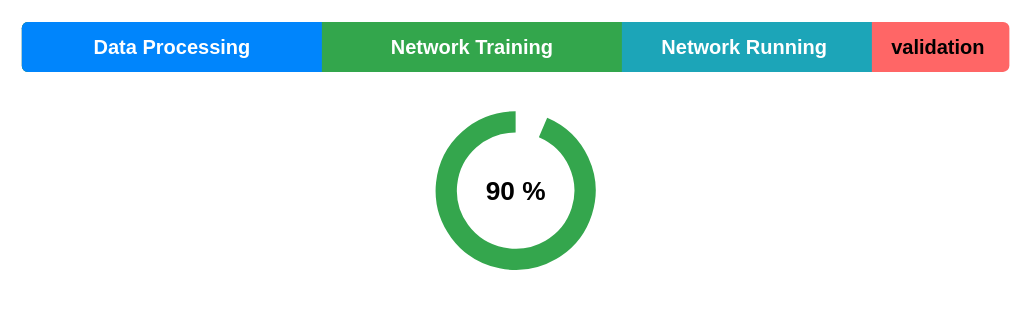
Above: overview_project_i3s.drawio in MarcosOriolPago/drawings (draw.io), before the change. Source tidied: cells renumbered, new cells numbered last; positions are measured from the earlier drawing's top-left corner, leaving out a move shared by most shapes. Both pictures are drawn from the tidied source at 125%, with x=0, y=0 at pixel (21, 21).
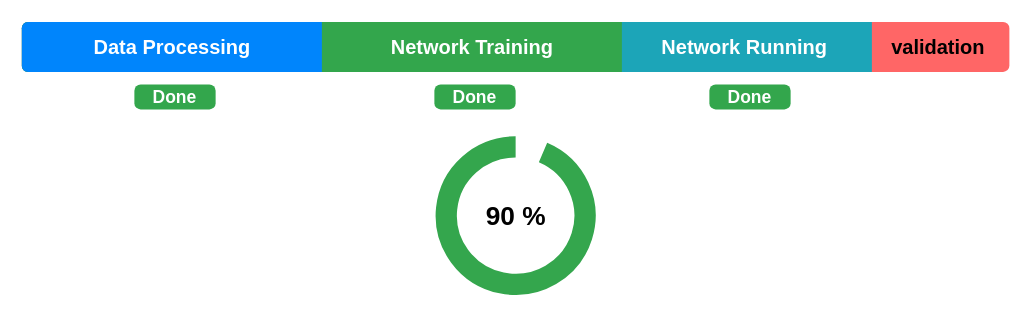
Above is the later version.

The edit, as a diff of the source:
```diff
@@
 <mxGraphModel>
   <root>
     <mxCell id="0" />
     <mxCell id="1" parent="0" />
     <mxCell id="2" value="&lt;blockquote style=&quot;margin: 0 0 0 40px; border: none; padding: 0px;&quot;&gt;&lt;blockquote style=&quot;margin: 0 0 0 40px; border: none; padding: 0px;&quot;&gt;&lt;blockquote style=&quot;margin: 0 0 0 40px; border: none; padding: 0px;&quot;&gt;&lt;blockquote style=&quot;margin: 0 0 0 40px; border: none; padding: 0px;&quot;&gt;&lt;blockquote style=&quot;margin: 0 0 0 40px; border: none; padding: 0px;&quot;&gt;&lt;blockquote style=&quot;margin: 0 0 0 40px; border: none; padding: 0px;&quot;&gt;&lt;blockquote style=&quot;margin: 0 0 0 40px; border: none; padding: 0px;&quot;&gt;&lt;blockquote style=&quot;margin: 0 0 0 40px; border: none; padding: 0px;&quot;&gt;&lt;blockquote style=&quot;margin: 0 0 0 40px; border: none; padding: 0px;&quot;&gt;&lt;blockquote style=&quot;margin: 0 0 0 40px; border: none; padding: 0px;&quot;&gt;&lt;blockquote style=&quot;margin: 0 0 0 40px; border: none; padding: 0px;&quot;&gt;&lt;blockquote style=&quot;margin: 0 0 0 40px; border: none; padding: 0px;&quot;&gt;&lt;blockquote style=&quot;margin: 0 0 0 40px; border: none; padding: 0px;&quot;&gt;&lt;blockquote style=&quot;margin: 0 0 0 40px; border: none; padding: 0px;&quot;&gt;&lt;blockquote style=&quot;margin: 0 0 0 40px; border: none; padding: 0px;&quot;&gt;&lt;blockquote style=&quot;margin: 0 0 0 40px; border: none; padding: 0px;&quot;&gt;&lt;font size=&quot;1&quot;&gt;&lt;b style=&quot;font-size: 16px;&quot;&gt;&lt;span style=&quot;white-space: pre;&quot;&gt;&#9;&lt;/span&gt;validation&lt;/b&gt;&lt;/font&gt;&lt;/blockquote&gt;&lt;/blockquote&gt;&lt;/blockquote&gt;&lt;/blockquote&gt;&lt;/blockquote&gt;&lt;/blockquote&gt;&lt;/blockquote&gt;&lt;/blockquote&gt;&lt;/blockquote&gt;&lt;/blockquote&gt;&lt;/blockquote&gt;&lt;/blockquote&gt;&lt;/blockquote&gt;&lt;/blockquote&gt;&lt;/blockquote&gt;&lt;/blockquote&gt;" style="html=1;shadow=0;dashed=0;shape=mxgraph.bootstrap.rrect;rSize=5;fillColor=#FF6666;strokeColor=none;" parent="1" vertex="1">
       <mxGeometry width="790" height="40" as="geometry" />
     </mxCell>
     <mxCell id="3" value="&lt;blockquote style=&quot;margin: 0 0 0 40px; border: none; padding: 0px;&quot;&gt;&lt;blockquote style=&quot;margin: 0 0 0 40px; border: none; padding: 0px;&quot;&gt;&lt;blockquote style=&quot;margin: 0 0 0 40px; border: none; padding: 0px;&quot;&gt;&lt;blockquote style=&quot;margin: 0 0 0 40px; border: none; padding: 0px;&quot;&gt;&lt;blockquote style=&quot;margin: 0 0 0 40px; border: none; padding: 0px;&quot;&gt;&lt;blockquote style=&quot;margin: 0 0 0 40px; border: none; padding: 0px;&quot;&gt;&lt;blockquote style=&quot;margin: 0 0 0 40px; border: none; padding: 0px;&quot;&gt;&lt;blockquote style=&quot;margin: 0 0 0 40px; border: none; padding: 0px;&quot;&gt;&lt;blockquote style=&quot;margin: 0 0 0 40px; border: none; padding: 0px;&quot;&gt;&lt;blockquote style=&quot;margin: 0 0 0 40px; border: none; padding: 0px;&quot;&gt;&lt;blockquote style=&quot;margin: 0 0 0 40px; border: none; padding: 0px;&quot;&gt;&lt;b&gt;&lt;font style=&quot;font-size: 16px;&quot; color=&quot;#ffffff&quot;&gt;&lt;span style=&quot;white-space: pre;&quot;&gt;&#9;&lt;/span&gt;Network Running&lt;/font&gt;&lt;/b&gt;&lt;/blockquote&gt;&lt;/blockquote&gt;&lt;/blockquote&gt;&lt;/blockquote&gt;&lt;/blockquote&gt;&lt;/blockquote&gt;&lt;/blockquote&gt;&lt;/blockquote&gt;&lt;/blockquote&gt;&lt;/blockquote&gt;&lt;/blockquote&gt;" style="html=1;shadow=0;dashed=0;shape=mxgraph.bootstrap.leftButton;rSize=5;fillColor=#1CA5B8;strokeColor=none;" parent="2" vertex="1">
       <mxGeometry width="680" height="40" relative="1" as="geometry" />
     </mxCell>
     <mxCell id="4" value="&lt;blockquote style=&quot;margin: 0 0 0 40px; border: none; padding: 0px;&quot;&gt;&lt;blockquote style=&quot;margin: 0 0 0 40px; border: none; padding: 0px;&quot;&gt;&lt;blockquote style=&quot;margin: 0 0 0 40px; border: none; padding: 0px;&quot;&gt;&lt;blockquote style=&quot;margin: 0 0 0 40px; border: none; padding: 0px;&quot;&gt;&lt;blockquote style=&quot;margin: 0 0 0 40px; border: none; padding: 0px;&quot;&gt;&lt;blockquote style=&quot;margin: 0 0 0 40px; border: none; padding: 0px;&quot;&gt;&lt;b&gt;&lt;font color=&quot;#ffffff&quot; style=&quot;font-size: 16px;&quot;&gt;Network Training&lt;/font&gt;&lt;/b&gt;&lt;/blockquote&gt;&lt;/blockquote&gt;&lt;/blockquote&gt;&lt;/blockquote&gt;&lt;/blockquote&gt;&lt;/blockquote&gt;" style="html=1;shadow=0;dashed=0;shape=mxgraph.bootstrap.leftButton;rSize=5;fillColor=#33A64C;strokeColor=none;" parent="2" vertex="1">
       <mxGeometry width="480" height="40" relative="1" as="geometry" />
     </mxCell>
     <mxCell id="5" value="&lt;font size=&quot;1&quot; color=&quot;#ffffff&quot;&gt;&lt;b style=&quot;font-size: 16px;&quot;&gt;Data Processing&lt;/b&gt;&lt;/font&gt;" style="html=1;shadow=0;dashed=0;shape=mxgraph.bootstrap.leftButton;rSize=5;fillColor=#0085FC;strokeColor=none;" parent="2" vertex="1">
       <mxGeometry width="240" height="40" relative="1" as="geometry" />
     </mxCell>
     <mxCell id="6" value="&lt;b&gt;&lt;font style=&quot;font-size: 21px;&quot;&gt;90 %&lt;/font&gt;&lt;/b&gt;" style="html=1;shadow=0;shape=mxgraph.basic.arc;startAngle=0.06463251336126931;endAngle=1;strokeWidth=17;strokeColor=#34A64D;" parent="1" vertex="1">
-      <mxGeometry x="339.5" y="80" width="111" height="110" as="geometry" />
+      <mxGeometry x="339.5" y="100" width="111" height="110" as="geometry" />
     </mxCell>
+    <mxCell id="7" value="Done" style="html=1;shadow=0;dashed=0;shape=mxgraph.bootstrap.rrect;rSize=5;strokeColor=none;strokeWidth=1;fillColor=#33A64C;fontColor=#FFFFFF;whiteSpace=wrap;align=center;verticalAlign=middle;spacingLeft=0;fontStyle=1;fontSize=14;spacing=5;" parent="1" vertex="1">
+      <mxGeometry x="90" y="50" width="65" height="20" as="geometry" />
+    </mxCell>
+    <mxCell id="8" value="Done" style="html=1;shadow=0;dashed=0;shape=mxgraph.bootstrap.rrect;rSize=5;strokeColor=none;strokeWidth=1;fillColor=#33A64C;fontColor=#FFFFFF;whiteSpace=wrap;align=center;verticalAlign=middle;spacingLeft=0;fontStyle=1;fontSize=14;spacing=5;" parent="1" vertex="1">
+      <mxGeometry x="330" y="50" width="65" height="20" as="geometry" />
+    </mxCell>
+    <mxCell id="9" value="Done" style="html=1;shadow=0;dashed=0;shape=mxgraph.bootstrap.rrect;rSize=5;strokeColor=none;strokeWidth=1;fillColor=#33A64C;fontColor=#FFFFFF;whiteSpace=wrap;align=center;verticalAlign=middle;spacingLeft=0;fontStyle=1;fontSize=14;spacing=5;" parent="1" vertex="1">
+      <mxGeometry x="550" y="50" width="65" height="20" as="geometry" />
+    </mxCell>
   </root>
 </mxGraphModel>
```
